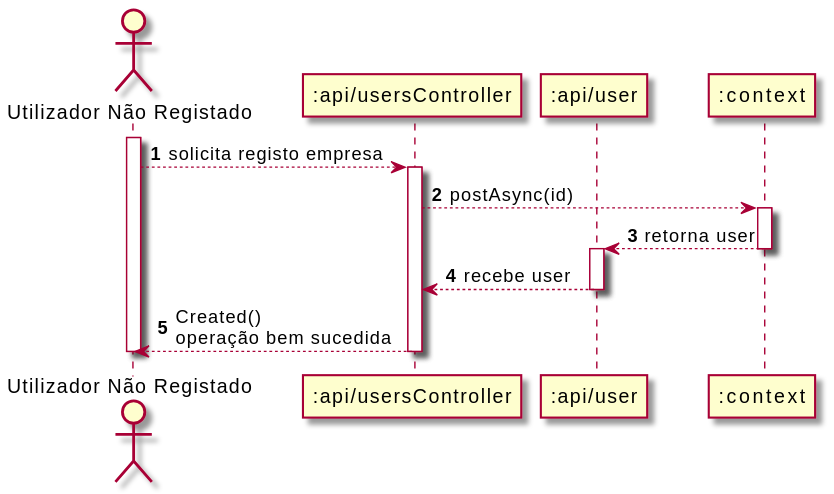
Before: Documentos/Sprint2/UC1/UC1_SD.svg, a diagram exported from PlantUML (UPskillDOTNET/Jakim-das-Coives-S.A.). Its diagram source:
```plantuml
@startuml
autonumber
actor "Utilizador Não Registado" as UNR
participant ":api/usersController" as UC
participant ":api/user" as U
participant ":context" as C

activate UNR
UNR --> UC : solicita registo empresa
activate UC

UC --> C : postAsync(id)
activate C

C --> U : retorna user
deactivate C
activate U

U --> UC : recebe user
deactivate U

UC --> UNR: Created()\noperação bem sucedida
deactivate UC
deactivate UNR
@enduml
```
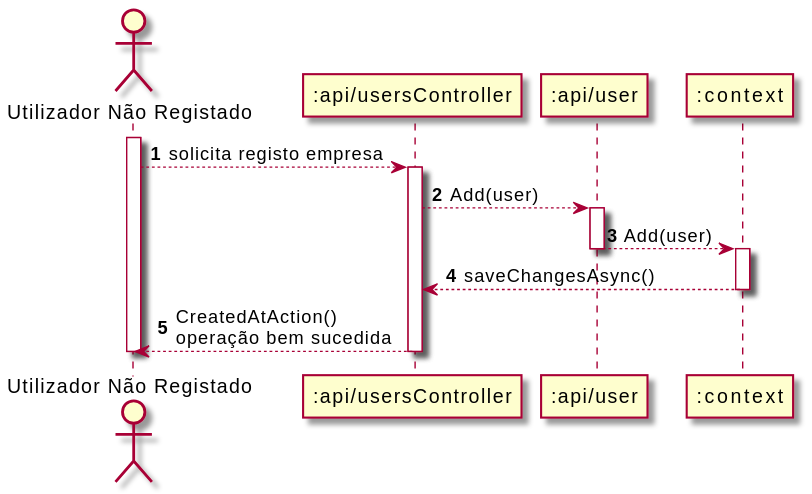
After the change.

The edit, as a diff of the source:
```diff
@@ -9,17 +9,19 @@
 UNR --> UC : solicita registo empresa
 activate UC
 
-UC --> C : postAsync(id)
+UC --> U : Add(user)
+activate U
+
+
+U --> C : Add(user)
+deactivate U
 activate C
 
-C --> U : retorna user
+
+C --> UC : saveChangesAsync()
 deactivate C
-activate U
 
-U --> UC : recebe user
-deactivate U
-
-UC --> UNR: Created()\noperação bem sucedida
+UC --> UNR: CreatedAtAction()\noperação bem sucedida
 deactivate UC
 deactivate UNR
 @enduml
```
